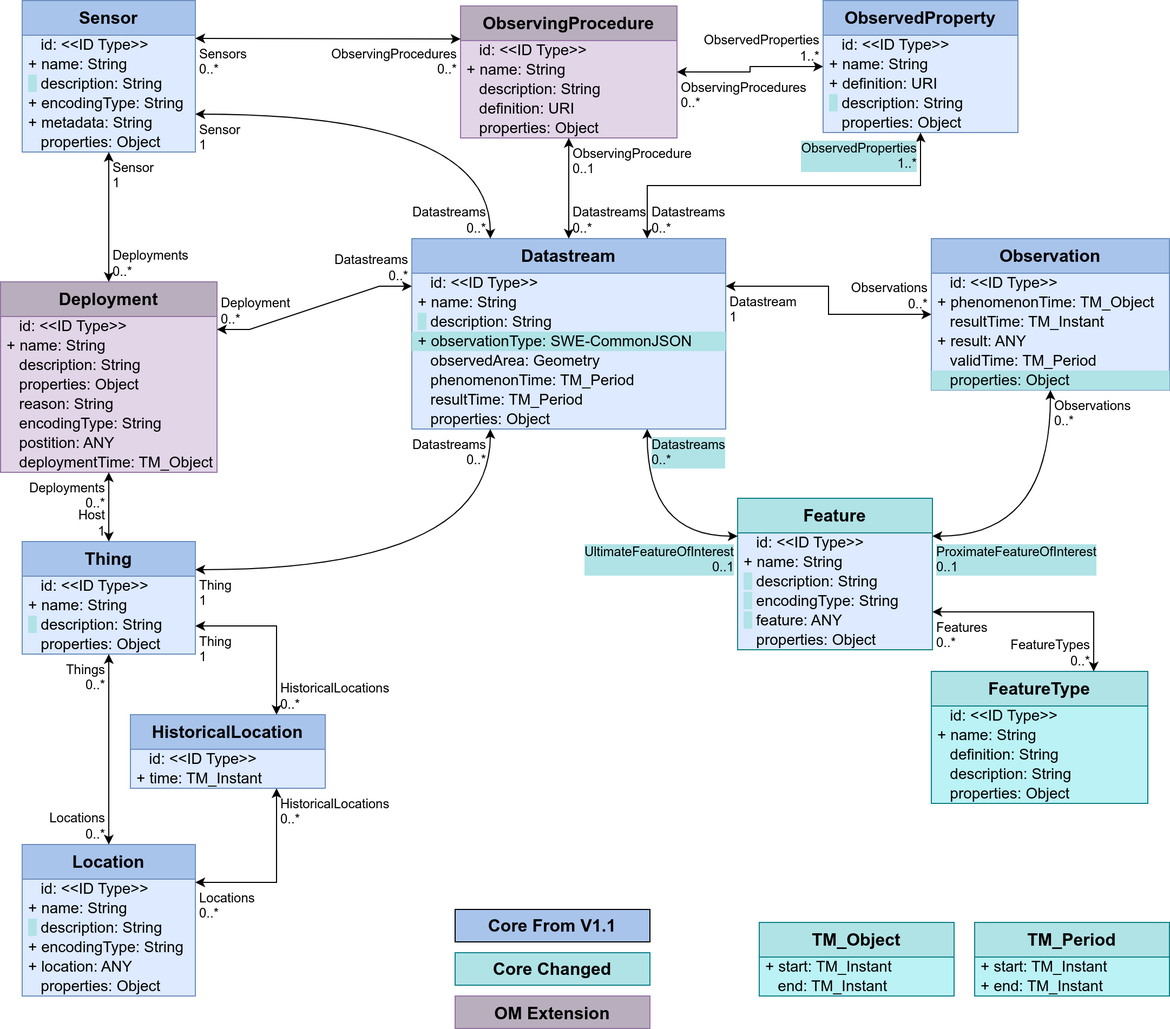
opengeospatial/sensorthings keeps this draw.io diagram as figures/Datamodel-SensorThingsApi-V2-proposal-1-OM.drawio.png. Above is the earlier version. Source tidied: cells renumbered, new cells last; positions are measured from the earlier drawing's top-left corner, leaving out a move shared by most shapes.
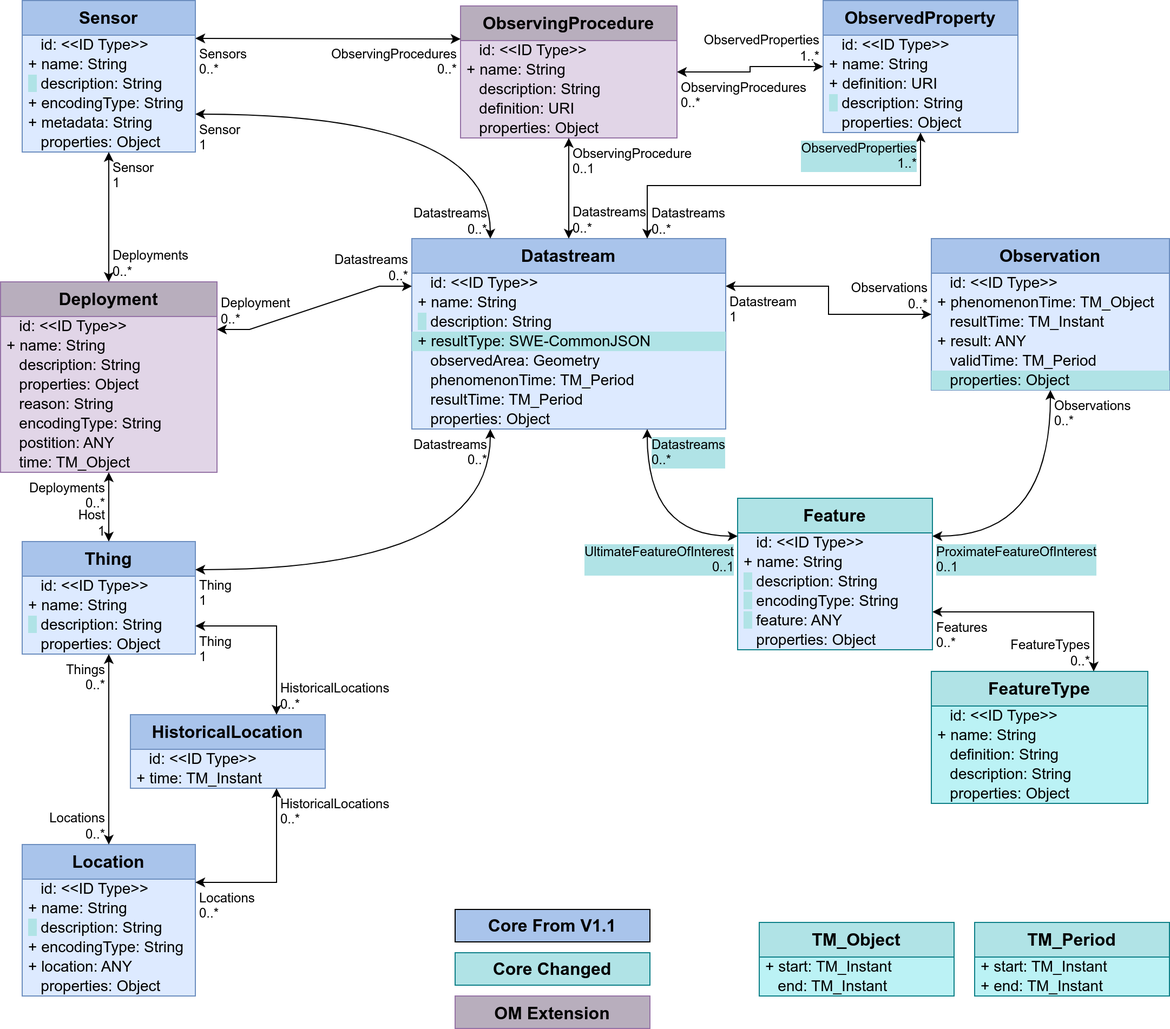
The same file after the commit.

Change to the diagram source:
```diff
@@ -14,7 +14,7 @@
     <mxCell id="5" value="&lt;span style=&quot;background-color: rgb(176, 227, 230);&quot;&gt;&amp;nbsp; &lt;/span&gt;&amp;nbsp;description: String" style="text;strokeColor=none;fillColor=none;align=left;verticalAlign=middle;spacingLeft=4;spacingRight=4;overflow=visible;html=1;fontSize=14;" parent="2" vertex="1">
       <mxGeometry y="68" width="290" height="18" as="geometry" />
     </mxCell>
-    <mxCell id="6" value="+ observationType: SWE-CommonJSON" style="text;strokeColor=none;fillColor=#b0e3e6;align=left;verticalAlign=middle;spacingLeft=4;spacingRight=4;overflow=visible;html=1;fontSize=14;" parent="2" vertex="1">
+    <mxCell id="6" value="+ resultType: SWE-CommonJSON" style="text;strokeColor=none;fillColor=#b0e3e6;align=left;verticalAlign=middle;spacingLeft=4;spacingRight=4;overflow=visible;html=1;fontSize=14;" parent="2" vertex="1">
       <mxGeometry y="86" width="290" height="18" as="geometry" />
     </mxCell>
     <mxCell id="7" value="&amp;nbsp;&amp;nbsp;&amp;nbsp;observedArea: Geometry" style="text;strokeColor=none;fillColor=none;align=left;verticalAlign=middle;spacingLeft=4;spacingRight=4;overflow=visible;html=1;fontSize=14;" parent="2" vertex="1">
@@ -53,7 +53,7 @@
     <mxCell id="18" value="&amp;nbsp;&amp;nbsp;&amp;nbsp;postition: ANY" style="text;strokeColor=none;fillColor=none;align=left;verticalAlign=middle;spacingLeft=4;spacingRight=4;overflow=visible;html=1;fontSize=14;" parent="11" vertex="1">
       <mxGeometry y="140" width="200" height="18" as="geometry" />
     </mxCell>
-    <mxCell id="19" value="&amp;nbsp;&amp;nbsp;&amp;nbsp;deploymentTime: TM_Object" style="text;strokeColor=none;fillColor=none;align=left;verticalAlign=middle;spacingLeft=4;spacingRight=4;overflow=visible;html=1;fontSize=14;" parent="11" vertex="1">
+    <mxCell id="19" value="&amp;nbsp;&amp;nbsp;&amp;nbsp;time: TM_Object" style="text;strokeColor=none;fillColor=none;align=left;verticalAlign=middle;spacingLeft=4;spacingRight=4;overflow=visible;html=1;fontSize=14;" parent="11" vertex="1">
       <mxGeometry y="158" width="200" height="18" as="geometry" />
     </mxCell>
     <mxCell id="20" value="Feature" style="swimlane;fontStyle=1;horizontal=1;startSize=32;fontSize=16;whiteSpace=wrap;html=1;fillColor=#b0e3e6;strokeColor=#0e8088;swimlaneFillColor=#DDEAFF;verticalAlign=top;" parent="1" vertex="1">
```
